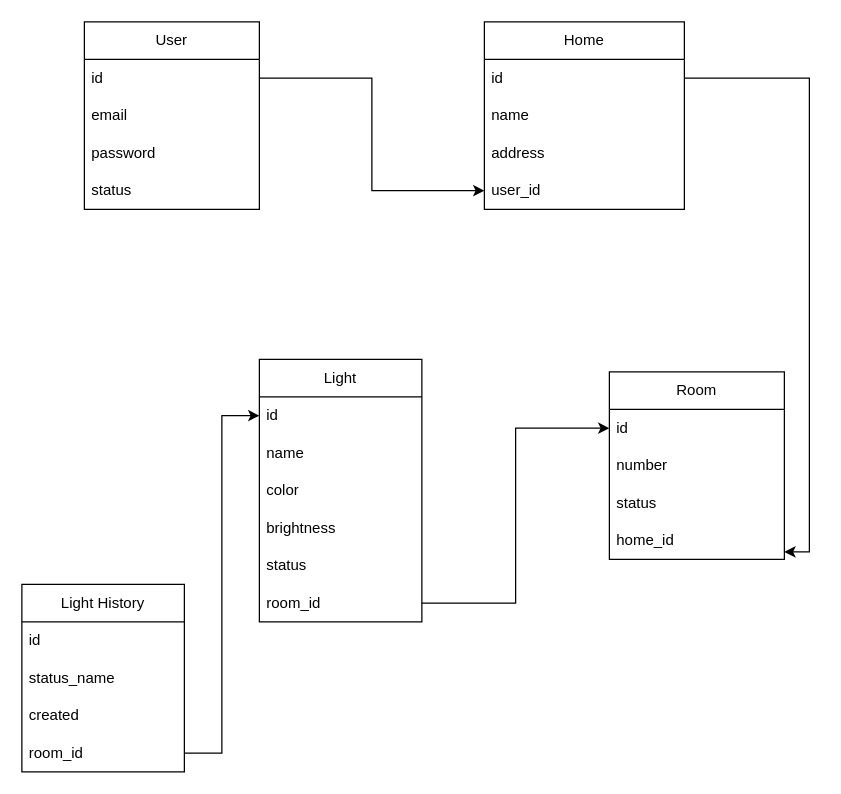
This is Biểu đồ không có tiêu đề.drawio from CH1006/examination2304, a draw.io file, before an edit. Source tidied: cells renumbered, new cells numbered last; positions are measured from the earlier drawing's top-left corner, leaving out a move shared by most shapes. Both pictures are drawn from the tidied source at 125%, with x=0, y=0 at pixel (21, 21).
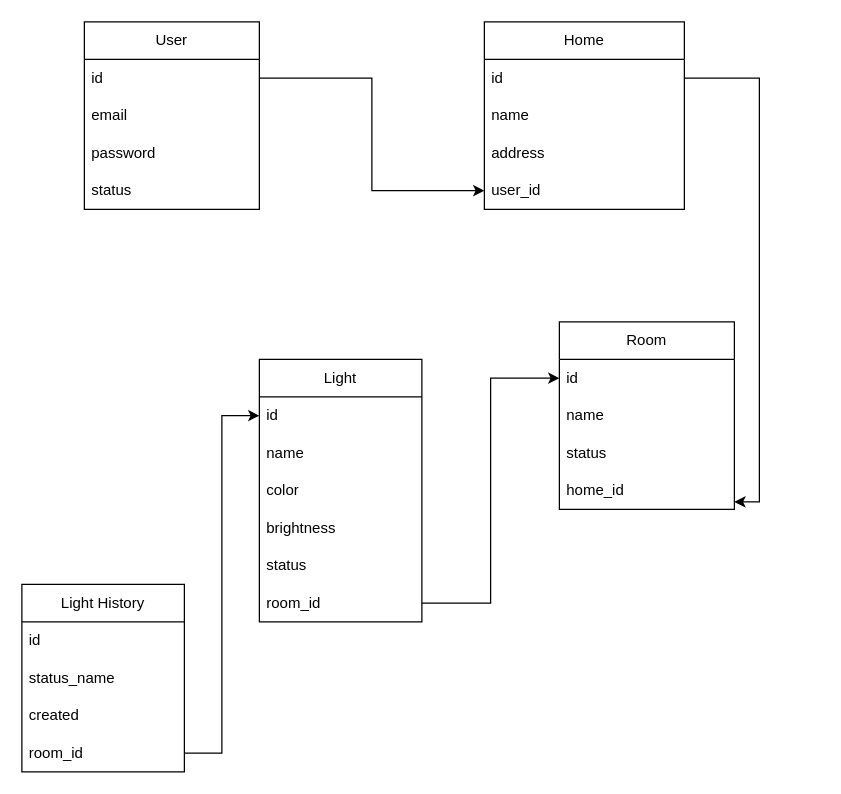
The same page after the edit.

Diff of the diagram source:
```diff
@@
     <mxCell id="13" value="Room" style="swimlane;fontStyle=0;horizontal=1;startSize=30;whiteSpace=wrap;html=1;" parent="1" vertex="1">
-      <mxGeometry x="470" y="280" width="140" height="150" as="geometry" />
+      <mxGeometry x="430" y="240" width="140" height="150" as="geometry" />
     </mxCell>
@@
-    <mxCell id="15" value="number" style="text;strokeColor=none;fillColor=none;align=left;verticalAlign=middle;spacingLeft=4;spacingRight=4;overflow=hidden;whiteSpace=wrap;html=1;" parent="13" vertex="1">
+    <mxCell id="15" value="name" style="text;strokeColor=none;fillColor=none;align=left;verticalAlign=middle;spacingLeft=4;spacingRight=4;overflow=hidden;whiteSpace=wrap;html=1;" parent="13" vertex="1">
       <mxGeometry y="60" width="140" height="30" as="geometry" />
     </mxCell>
```
